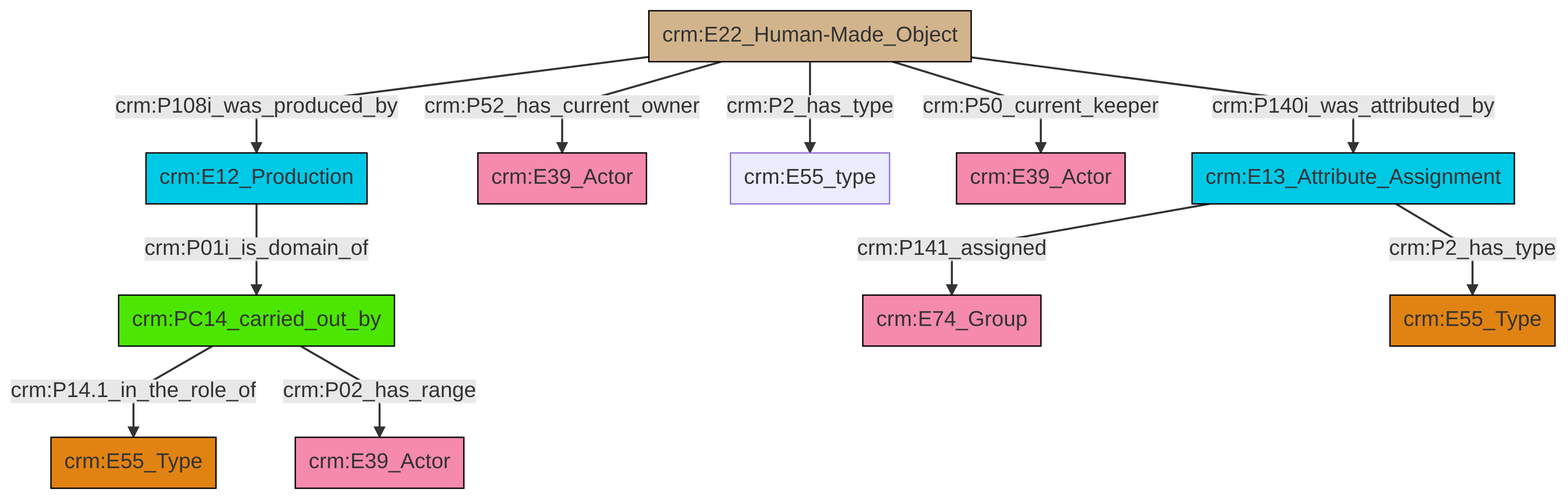
The Mermaid diagram et/artworkCSV/ttl/mmd/png/Artwork_Actor_Relations.png in swiss-art-research-net/docs.swissartresearch, before a commit. Its source is kept beside it as et/artworkCSV/ttl/mmd/Artwork_Actor_Relations.ttl.mmd.
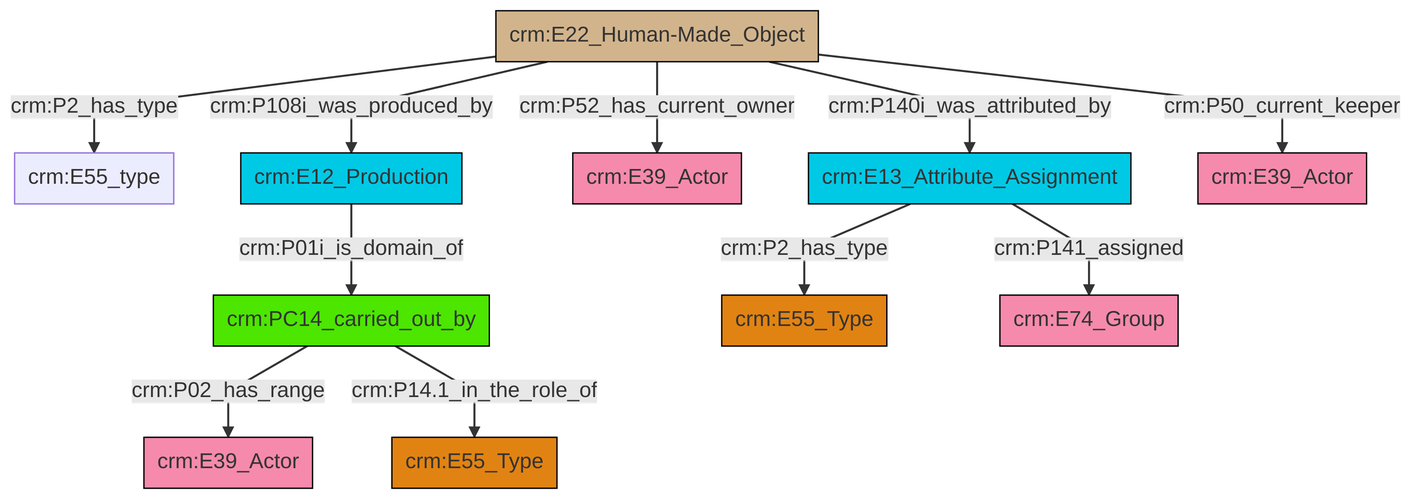
Later version of the same file.

Diff of the diagram source:
```diff
@@ -13,13 +13,13 @@
 classDef PC_Classes fill:#4ce600, stroke:#000000;
 classDef Multi fill:#cccccc,stroke:#000000;
 
-0["crm:PC14_carried_out_by"]:::PC_Classes -->|crm:P14.1_in_the_role_of| 2["crm:E55_Type"]:::Type
-5["crm:E22_Human-Made_Object"]:::Physical_Thing -->|crm:P108i_was_produced_by| 7["crm:E12_Production"]:::Temporal_Entity
-5["crm:E22_Human-Made_Object"]:::Physical_Thing -->|crm:P2_has_type| 12["crm:E55_type"]:::Default
-7["crm:E12_Production"]:::Temporal_Entity -->|crm:P01i_is_domain_of| 0["crm:PC14_carried_out_by"]:::PC_Classes
-5["crm:E22_Human-Made_Object"]:::Physical_Thing -->|crm:P50_current_keeper| 13["crm:E39_Actor"]:::Actor
-16["crm:E13_Attribute_Assignment"]:::Temporal_Entity -->|crm:P141_assigned| 3["crm:E74_Group"]:::Actor
-5["crm:E22_Human-Made_Object"]:::Physical_Thing -->|crm:P52_has_current_owner| 10["crm:E39_Actor"]:::Actor
-5["crm:E22_Human-Made_Object"]:::Physical_Thing -->|crm:P140i_was_attributed_by| 16["crm:E13_Attribute_Assignment"]:::Temporal_Entity
-16["crm:E13_Attribute_Assignment"]:::Temporal_Entity -->|crm:P2_has_type| 8["crm:E55_Type"]:::Type
-0["crm:PC14_carried_out_by"]:::PC_Classes -->|crm:P02_has_range| 14["crm:E39_Actor"]:::Actor
+0["crm:E22_Human-Made_Object"]:::Physical_Thing -->|crm:P2_has_type| 1["crm:E55_type"]:::Default
+0["crm:E22_Human-Made_Object"]:::Physical_Thing -->|crm:P108i_was_produced_by| 2["crm:E12_Production"]:::Temporal_Entity
+2["crm:E12_Production"]:::Temporal_Entity -->|crm:P01i_is_domain_of| 5["crm:PC14_carried_out_by"]:::PC_Classes
+8["crm:E13_Attribute_Assignment"]:::Temporal_Entity -->|crm:P141_assigned| 9["crm:E74_Group"]:::Actor
+0["crm:E22_Human-Made_Object"]:::Physical_Thing -->|crm:P140i_was_attributed_by| 8["crm:E13_Attribute_Assignment"]:::Temporal_Entity
+0["crm:E22_Human-Made_Object"]:::Physical_Thing -->|crm:P52_has_current_owner| 3["crm:E39_Actor"]:::Actor
+5["crm:PC14_carried_out_by"]:::PC_Classes -->|crm:P02_has_range| 11["crm:E39_Actor"]:::Actor
+5["crm:PC14_carried_out_by"]:::PC_Classes -->|crm:P14.1_in_the_role_of| 17["crm:E55_Type"]:::Type
+8["crm:E13_Attribute_Assignment"]:::Temporal_Entity -->|crm:P2_has_type| 6["crm:E55_Type"]:::Type
+0["crm:E22_Human-Made_Object"]:::Physical_Thing -->|crm:P50_current_keeper| 15["crm:E39_Actor"]:::Actor
```
